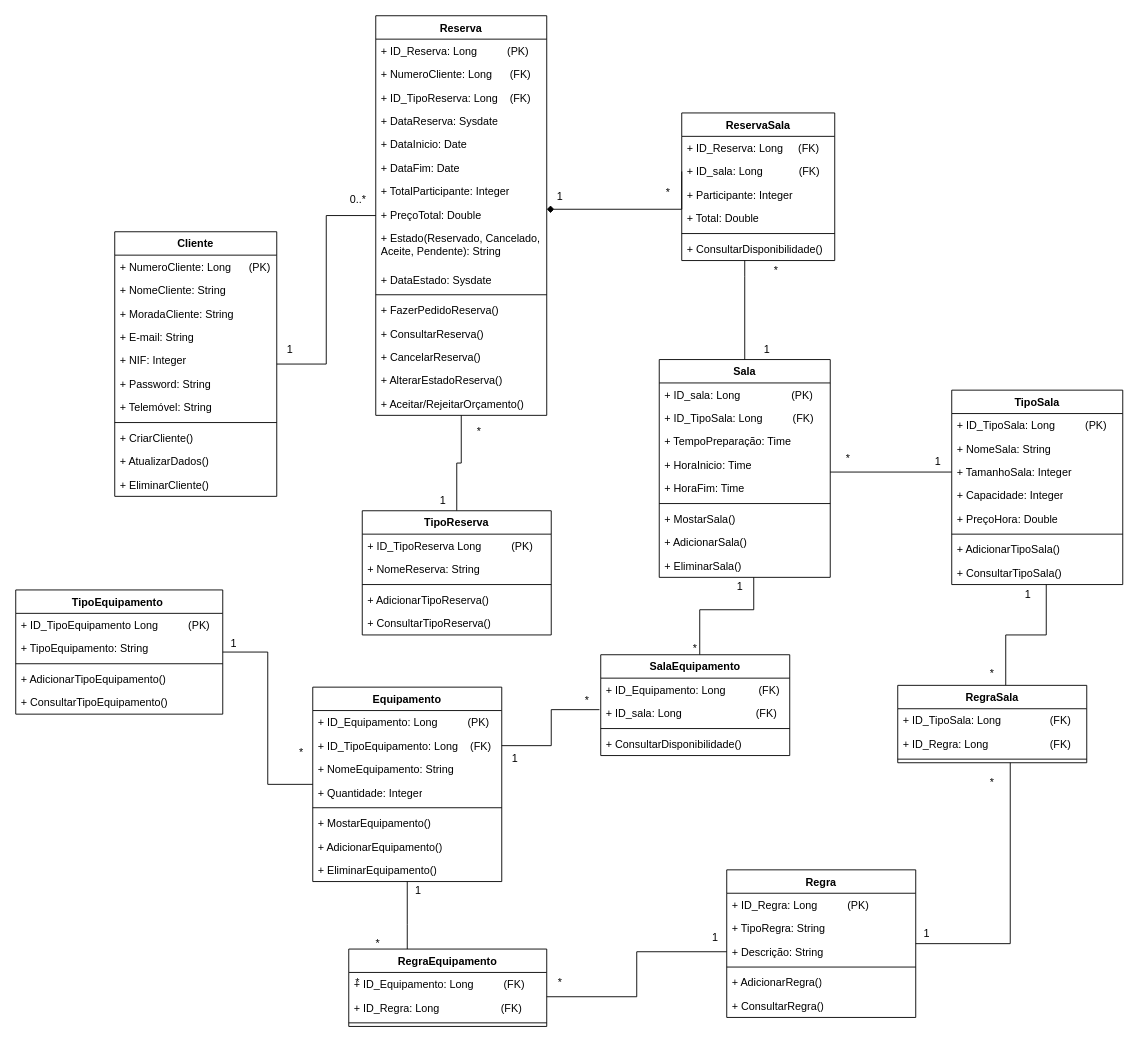
Earlier version of the draw.io diagram Diagrama de Classes.drawio (ic3K1ng/Rooms-Equipments). Source tidied: cells renumbered, new cells numbered last; positions are measured from the earlier drawing's top-left corner, leaving out a move shared by most shapes. Both pictures are drawn from the tidied source at 90%, with x=0, y=0 at pixel (15, 15).
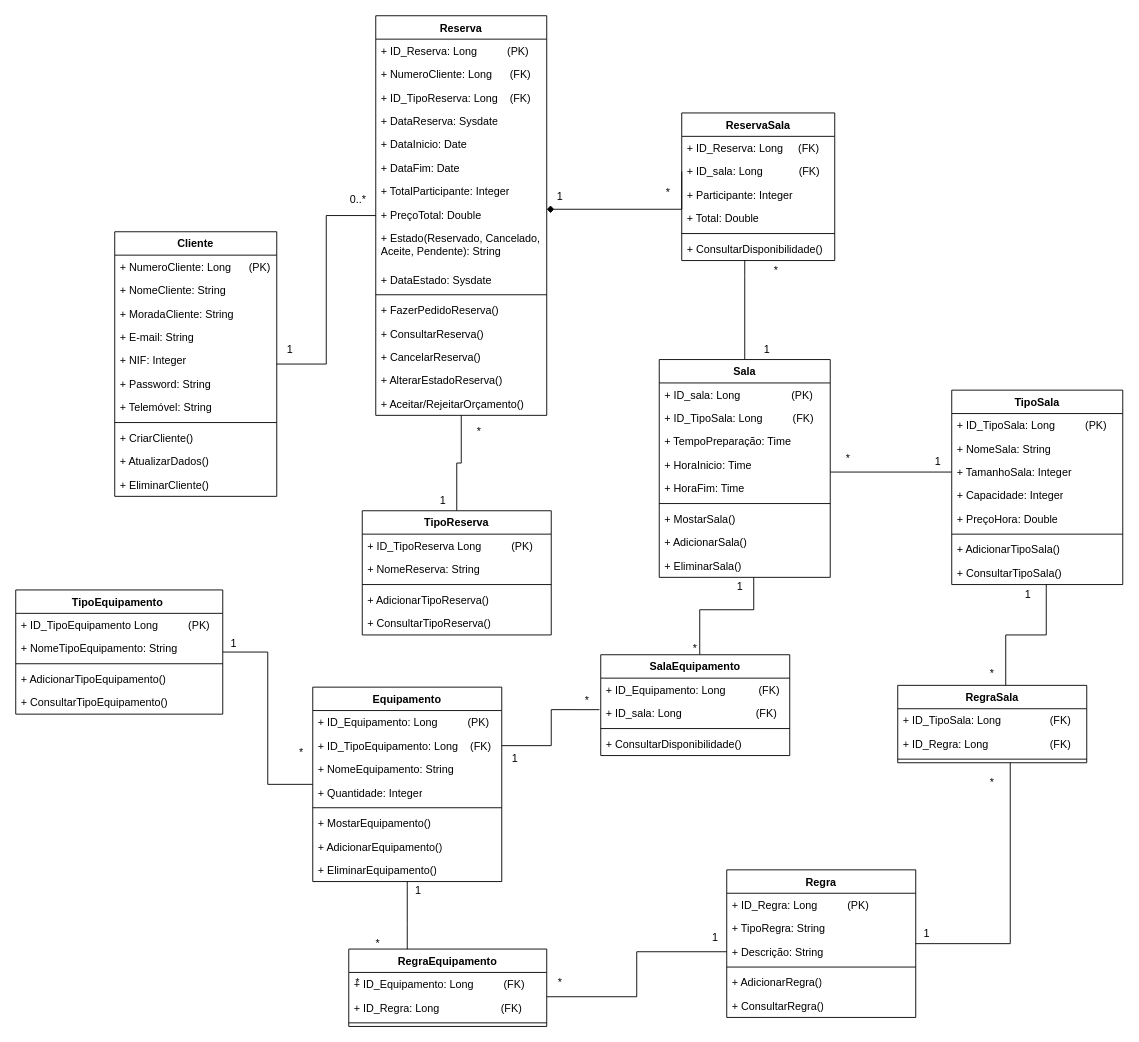
Above is the later version.

The change refers to these unchanged cells:
```xml
<mxCell id="127" value="TipoEquipamento&amp;nbsp;" style="swimlane;fontStyle=1;align=center;verticalAlign=top;horizontal=1;startSize=26;whiteSpace=wrap;html=1;" parent="1" vertex="1">
  <mxGeometry y="638" width="230" height="138" as="geometry" />
</mxCell>
```

The edit, as a diff of the source:
```diff
@@
-    <mxCell id="129" value="+ TipoEquipamento: String" style="text;strokeColor=none;fillColor=none;align=left;verticalAlign=top;spacingLeft=4;spacingRight=4;overflow=hidden;whiteSpace=wrap;html=1;" parent="127" vertex="1">
+    <mxCell id="129" value="+ NomeTipoEquipamento: String" style="text;strokeColor=none;fillColor=none;align=left;verticalAlign=top;spacingLeft=4;spacingRight=4;overflow=hidden;whiteSpace=wrap;html=1;" parent="127" vertex="1">
       <mxGeometry y="52" width="230" height="26" as="geometry" />
     </mxCell>
```
